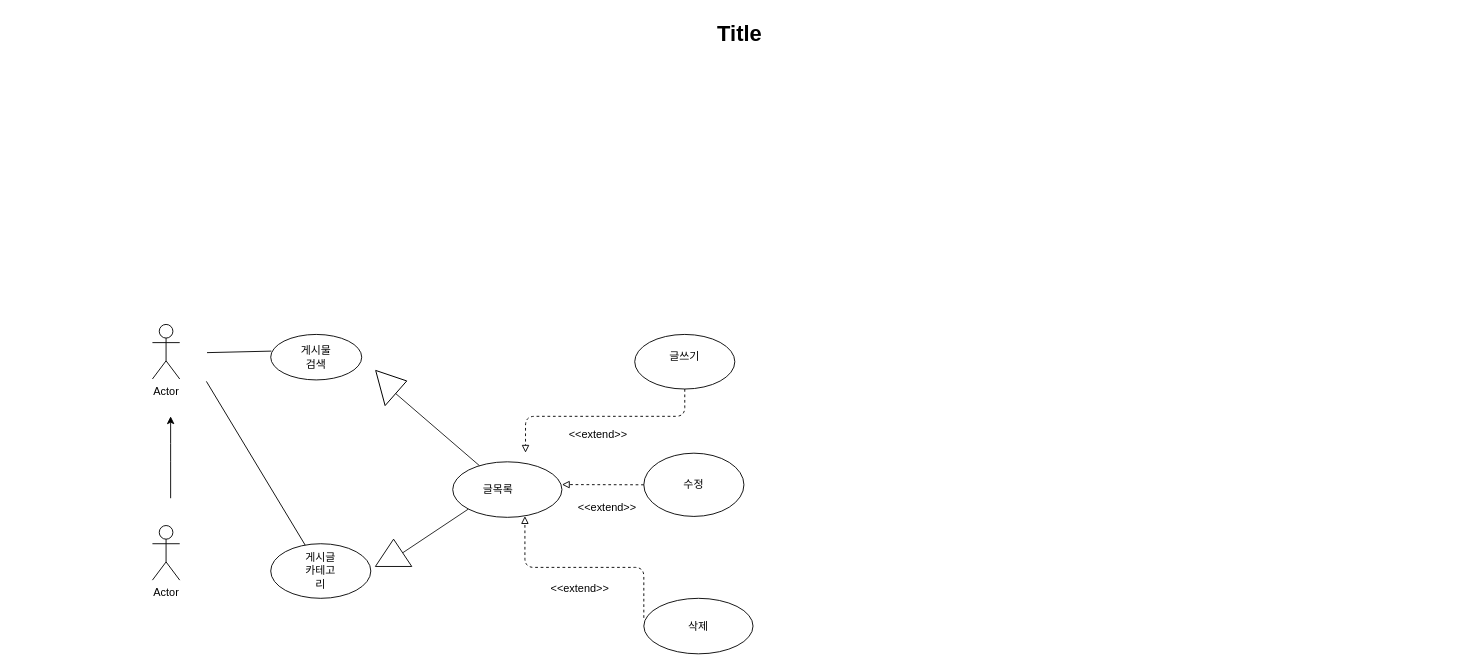
Before: Untitled Diagram.drawio in kwonna52/kwonna52.github.io, a draw.io diagram. Source tidied: cells renumbered, new cells numbered last; positions are measured from the earlier drawing's top-left corner, leaving out a move shared by most shapes. Both pictures are drawn from the tidied source at 91%, with x=0, y=0 at pixel (15, 15).
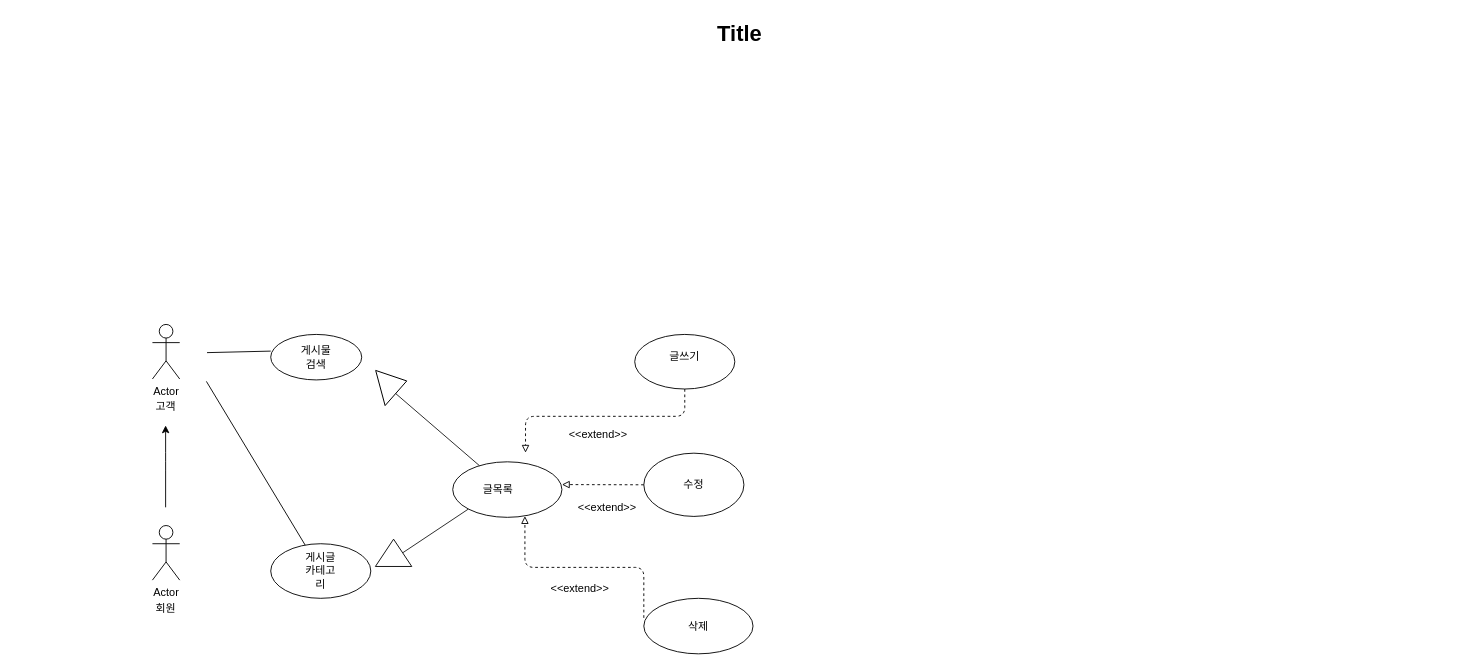
After the change.

Unchanged cells that the change refers to:
```xml
<mxCell id="6" style="ellipse;whiteSpace=wrap;html=1;" parent="1" vertex="1">
  <mxGeometry x="280" y="350" width="100" height="50" as="geometry" />
</mxCell>
```

The edit, as a diff of the source:
```diff
@@
     <mxCell id="4" style="endArrow=classic;html=1;" parent="1" edge="1">
       <mxGeometry relative="1" as="geometry">
-        <mxPoint x="170" y="530" as="sourcePoint" />
-        <mxPoint x="170" y="440" as="targetPoint" />
+        <mxPoint x="164.5" y="540" as="sourcePoint" />
+        <mxPoint x="164.5" y="450" as="targetPoint" />
         <Array as="points">
-          <mxPoint x="170" y="480" />
+          <mxPoint x="164.5" y="490" />
         </Array>
       </mxGeometry>
     </mxCell>
@@
-    <mxCell id="12" style="endArrow=none;html=1;entryX=0.007;entryY=0.367;entryDx=0;entryDy=0;entryPerimeter=0;" parent="1" edge="1" target="6">
+    <mxCell id="12" style="endArrow=none;html=1;entryX=0;entryY=0.367;entryDx=0;entryDy=0;entryPerimeter=0;" parent="1" edge="1" target="6">
       <mxGeometry relative="1" as="geometry">
         <mxPoint x="210" y="370" as="sourcePoint" />
       </mxGeometry>
     </mxCell>
@@
+    <mxCell id="30" value="고객" style="text;html=1;strokeColor=none;fillColor=none;align=center;verticalAlign=middle;whiteSpace=wrap;rounded=0;" parent="1" vertex="1">
+      <mxGeometry x="145" y="420" width="40" height="20" as="geometry" />
+    </mxCell>
+    <mxCell id="31" value="회원" style="text;html=1;strokeColor=none;fillColor=none;align=center;verticalAlign=middle;whiteSpace=wrap;rounded=0;" parent="1" vertex="1">
+      <mxGeometry x="145" y="641" width="40" height="20" as="geometry" />
+    </mxCell>
```
